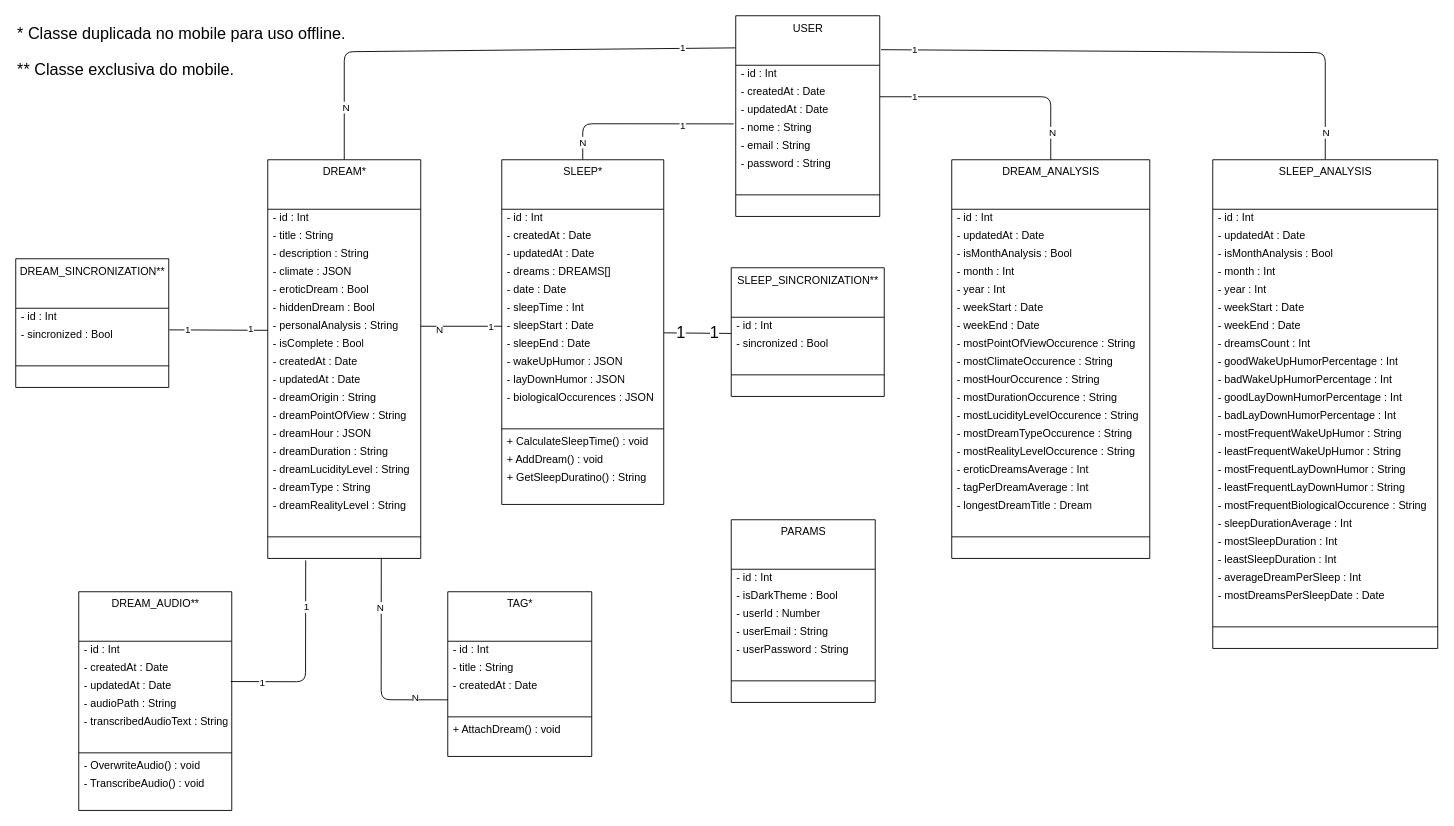
Earlier version of the draw.io diagram docs/diagrama_classe_analise.drawio (raisson-souza/morfeus-backend). Source tidied: cells renumbered, new cells numbered last; positions are measured from the earlier drawing's top-left corner, leaving out a move shared by most shapes. Both pictures are drawn from the tidied source at 90%, with x=0, y=0 at pixel (15, 15).
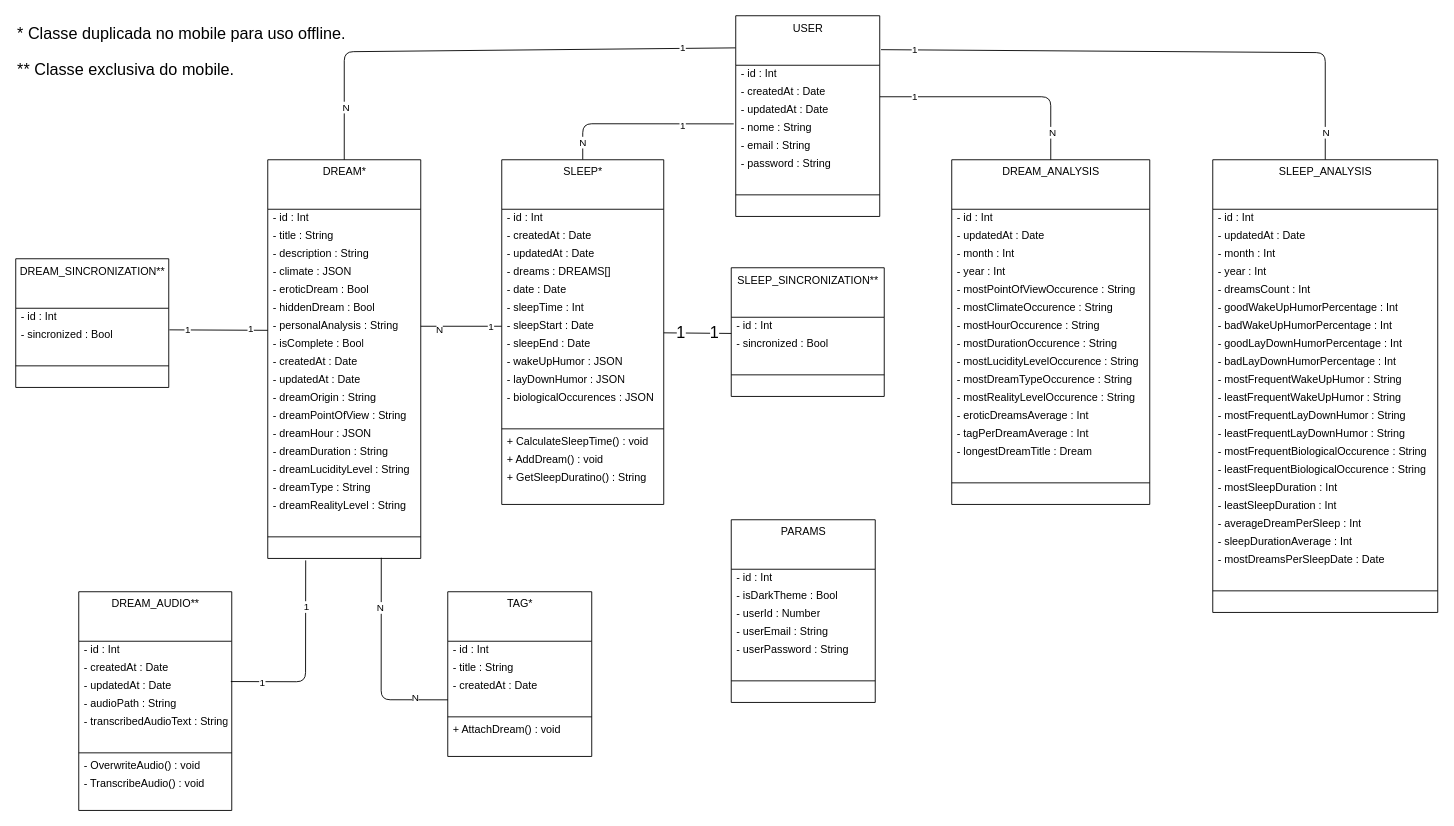
The same page after the edit.

Diff of the diagram source:
```diff
@@
     <mxCell id="87" value="DREAM_ANALYSIS" style="swimlane;fontStyle=0;align=center;verticalAlign=top;horizontal=1;startSize=55;html=1;rounded=0;strokeColor=default;strokeWidth=1;" parent="1" vertex="1">
-      <mxGeometry x="1040" y="160" width="220" height="443" as="geometry" />
+      <mxGeometry x="1040" y="160" width="220" height="383" as="geometry" />
     </mxCell>
@@
-    <mxCell id="90" value="- isMonthAnalysis : Bool" style="text;html=1;strokeColor=none;fillColor=none;align=left;verticalAlign=middle;spacingLeft=4;spacingRight=4;overflow=hidden;rounded=0;strokeWidth=1;" parent="87" vertex="1">
-      <mxGeometry y="95" width="220" height="20" as="geometry" />
-    </mxCell>
     <mxCell id="91" value="- month : Int" style="text;html=1;strokeColor=none;fillColor=none;align=left;verticalAlign=middle;spacingLeft=4;spacingRight=4;overflow=hidden;rounded=0;strokeWidth=1;" parent="87" vertex="1">
-      <mxGeometry y="115" width="220" height="20" as="geometry" />
+      <mxGeometry y="95" width="220" height="20" as="geometry" />
     </mxCell>
     <mxCell id="92" value="- year : Int" style="text;html=1;strokeColor=none;fillColor=none;align=left;verticalAlign=middle;spacingLeft=4;spacingRight=4;overflow=hidden;rounded=0;strokeWidth=1;" parent="87" vertex="1">
-      <mxGeometry y="135" width="220" height="20" as="geometry" />
+      <mxGeometry y="115" width="220" height="20" as="geometry" />
     </mxCell>
-    <mxCell id="93" value="- weekStart : Date" style="text;html=1;strokeColor=none;fillColor=none;align=left;verticalAlign=middle;spacingLeft=4;spacingRight=4;overflow=hidden;rounded=0;strokeWidth=1;" parent="87" vertex="1">
-      <mxGeometry y="155" width="220" height="20" as="geometry" />
-    </mxCell>
-    <mxCell id="94" value="- weekEnd : Date" style="text;html=1;strokeColor=none;fillColor=none;align=left;verticalAlign=middle;spacingLeft=4;spacingRight=4;overflow=hidden;rounded=0;strokeWidth=1;" parent="87" vertex="1">
-      <mxGeometry y="175" width="220" height="20" as="geometry" />
-    </mxCell>
     <mxCell id="95" value="- mostPointOfViewOccurence : String" style="text;html=1;strokeColor=none;fillColor=none;align=left;verticalAlign=middle;spacingLeft=4;spacingRight=4;overflow=hidden;rounded=0;strokeWidth=1;" parent="87" vertex="1">
-      <mxGeometry y="195" width="220" height="20" as="geometry" />
+      <mxGeometry y="135" width="220" height="20" as="geometry" />
     </mxCell>
     <mxCell id="96" value="- mostClimateOccurence : String" style="text;html=1;strokeColor=none;fillColor=none;align=left;verticalAlign=middle;spacingLeft=4;spacingRight=4;overflow=hidden;rounded=0;strokeWidth=1;" parent="87" vertex="1">
-      <mxGeometry y="215" width="220" height="20" as="geometry" />
+      <mxGeometry y="155" width="220" height="20" as="geometry" />
     </mxCell>
     <mxCell id="97" value="- mostHourOccurence : String" style="text;html=1;strokeColor=none;fillColor=none;align=left;verticalAlign=middle;spacingLeft=4;spacingRight=4;overflow=hidden;rounded=0;strokeWidth=1;" parent="87" vertex="1">
-      <mxGeometry y="235" width="220" height="20" as="geometry" />
+      <mxGeometry y="175" width="220" height="20" as="geometry" />
     </mxCell>
     <mxCell id="98" value="- mostDurationOccurence : String" style="text;html=1;strokeColor=none;fillColor=none;align=left;verticalAlign=middle;spacingLeft=4;spacingRight=4;overflow=hidden;rounded=0;strokeWidth=1;" parent="87" vertex="1">
-      <mxGeometry y="255" width="220" height="20" as="geometry" />
+      <mxGeometry y="195" width="220" height="20" as="geometry" />
     </mxCell>
     <mxCell id="99" value="- mostLucidityLevelOccurence : String" style="text;html=1;strokeColor=none;fillColor=none;align=left;verticalAlign=middle;spacingLeft=4;spacingRight=4;overflow=hidden;rounded=0;strokeWidth=1;" parent="87" vertex="1">
-      <mxGeometry y="275" width="220" height="20" as="geometry" />
+      <mxGeometry y="215" width="220" height="20" as="geometry" />
     </mxCell>
     <mxCell id="100" value="- mostDreamTypeOccurence : String" style="text;html=1;strokeColor=none;fillColor=none;align=left;verticalAlign=middle;spacingLeft=4;spacingRight=4;overflow=hidden;rounded=0;strokeWidth=1;" parent="87" vertex="1">
-      <mxGeometry y="295" width="220" height="20" as="geometry" />
+      <mxGeometry y="235" width="220" height="20" as="geometry" />
     </mxCell>
     <mxCell id="101" value="- mostRealityLevelOccurence : String" style="text;html=1;strokeColor=none;fillColor=none;align=left;verticalAlign=middle;spacingLeft=4;spacingRight=4;overflow=hidden;rounded=0;strokeWidth=1;" parent="87" vertex="1">
-      <mxGeometry y="315" width="220" height="20" as="geometry" />
+      <mxGeometry y="255" width="220" height="20" as="geometry" />
     </mxCell>
     <mxCell id="102" value="- eroticDreamsAverage : Int" style="text;html=1;strokeColor=none;fillColor=none;align=left;verticalAlign=middle;spacingLeft=4;spacingRight=4;overflow=hidden;rounded=0;strokeWidth=1;" parent="87" vertex="1">
-      <mxGeometry y="335" width="220" height="20" as="geometry" />
+      <mxGeometry y="275" width="220" height="20" as="geometry" />
     </mxCell>
     <mxCell id="103" value="- tagPerDreamAverage : Int" style="text;html=1;strokeColor=none;fillColor=none;align=left;verticalAlign=middle;spacingLeft=4;spacingRight=4;overflow=hidden;rounded=0;strokeWidth=1;" parent="87" vertex="1">
-      <mxGeometry y="355" width="220" height="20" as="geometry" />
+      <mxGeometry y="295" width="220" height="20" as="geometry" />
     </mxCell>
     <mxCell id="104" value="- longestDreamTitle : Dream" style="text;html=1;strokeColor=none;fillColor=none;align=left;verticalAlign=middle;spacingLeft=4;spacingRight=4;overflow=hidden;rounded=0;strokeWidth=1;" parent="87" vertex="1">
-      <mxGeometry y="375" width="220" height="20" as="geometry" />
+      <mxGeometry y="315" width="220" height="20" as="geometry" />
     </mxCell>
     <mxCell id="105" style="text;html=1;strokeColor=none;fillColor=none;align=left;verticalAlign=middle;spacingLeft=4;spacingRight=4;overflow=hidden;rounded=0;strokeWidth=1;" parent="87" vertex="1">
-      <mxGeometry y="395" width="220" height="20" as="geometry" />
+      <mxGeometry y="335" width="220" height="20" as="geometry" />
     </mxCell>
     <mxCell id="106" style="line;strokeWidth=1;fillColor=none;align=left;verticalAlign=middle;spacingTop=-1;spacingLeft=3;spacingRight=3;labelPosition=right;rounded=0;strokeColor=default;" parent="87" vertex="1">
-      <mxGeometry y="415" width="220" height="8" as="geometry" />
+      <mxGeometry y="355" width="220" height="8" as="geometry" />
     </mxCell>
     <mxCell id="107" style="text;html=1;strokeColor=none;fillColor=none;align=left;verticalAlign=middle;spacingLeft=4;spacingRight=4;overflow=hidden;rounded=0;strokeWidth=1;" parent="87" vertex="1">
-      <mxGeometry y="423" width="220" height="20" as="geometry" />
+      <mxGeometry y="363" width="220" height="20" as="geometry" />
     </mxCell>
@@
     <mxCell id="111" value="SLEEP_ANALYSIS" style="swimlane;fontStyle=0;align=center;verticalAlign=top;horizontal=1;startSize=55;html=1;rounded=0;strokeColor=default;strokeWidth=1;" parent="1" vertex="1">
-      <mxGeometry x="1330" y="160" width="250" height="543" as="geometry" />
+      <mxGeometry x="1330" y="160" width="250" height="503" as="geometry" />
     </mxCell>
@@
-    <mxCell id="114" value="- isMonthAnalysis : Bool" style="text;html=1;strokeColor=none;fillColor=none;align=left;verticalAlign=middle;spacingLeft=4;spacingRight=4;overflow=hidden;rounded=0;strokeWidth=1;" parent="111" vertex="1">
-      <mxGeometry y="95" width="250" height="20" as="geometry" />
-    </mxCell>
     <mxCell id="115" value="- month : Int" style="text;html=1;strokeColor=none;fillColor=none;align=left;verticalAlign=middle;spacingLeft=4;spacingRight=4;overflow=hidden;rounded=0;strokeWidth=1;" parent="111" vertex="1">
-      <mxGeometry y="115" width="250" height="20" as="geometry" />
+      <mxGeometry y="95" width="250" height="20" as="geometry" />
     </mxCell>
     <mxCell id="116" value="- year : Int" style="text;html=1;strokeColor=none;fillColor=none;align=left;verticalAlign=middle;spacingLeft=4;spacingRight=4;overflow=hidden;rounded=0;strokeWidth=1;" parent="111" vertex="1">
-      <mxGeometry y="135" width="250" height="20" as="geometry" />
+      <mxGeometry y="115" width="250" height="20" as="geometry" />
     </mxCell>
-    <mxCell id="117" value="- weekStart : Date" style="text;html=1;strokeColor=none;fillColor=none;align=left;verticalAlign=middle;spacingLeft=4;spacingRight=4;overflow=hidden;rounded=0;strokeWidth=1;" parent="111" vertex="1">
-      <mxGeometry y="155" width="250" height="20" as="geometry" />
-    </mxCell>
-    <mxCell id="118" value="- weekEnd : Date" style="text;html=1;strokeColor=none;fillColor=none;align=left;verticalAlign=middle;spacingLeft=4;spacingRight=4;overflow=hidden;rounded=0;strokeWidth=1;" parent="111" vertex="1">
-      <mxGeometry y="175" width="250" height="20" as="geometry" />
-    </mxCell>
     <mxCell id="119" value="- dreamsCount : Int" style="text;html=1;strokeColor=none;fillColor=none;align=left;verticalAlign=middle;spacingLeft=4;spacingRight=4;overflow=hidden;rounded=0;strokeWidth=1;" parent="111" vertex="1">
-      <mxGeometry y="195" width="250" height="20" as="geometry" />
+      <mxGeometry y="135" width="250" height="20" as="geometry" />
     </mxCell>
     <mxCell id="120" value="- goodWakeUpHumorPercentage : Int" style="text;html=1;strokeColor=none;fillColor=none;align=left;verticalAlign=middle;spacingLeft=4;spacingRight=4;overflow=hidden;rounded=0;strokeWidth=1;" parent="111" vertex="1">
-      <mxGeometry y="215" width="250" height="20" as="geometry" />
+      <mxGeometry y="155" width="250" height="20" as="geometry" />
     </mxCell>
     <mxCell id="121" value="- badWakeUpHumorPercentage : Int" style="text;html=1;strokeColor=none;fillColor=none;align=left;verticalAlign=middle;spacingLeft=4;spacingRight=4;overflow=hidden;rounded=0;strokeWidth=1;" parent="111" vertex="1">
-      <mxGeometry y="235" width="250" height="20" as="geometry" />
+      <mxGeometry y="175" width="250" height="20" as="geometry" />
     </mxCell>
     <mxCell id="122" value="- goodLayDownHumorPercentage : Int" style="text;html=1;strokeColor=none;fillColor=none;align=left;verticalAlign=middle;spacingLeft=4;spacingRight=4;overflow=hidden;rounded=0;strokeWidth=1;" parent="111" vertex="1">
-      <mxGeometry y="255" width="250" height="20" as="geometry" />
+      <mxGeometry y="195" width="250" height="20" as="geometry" />
     </mxCell>
     <mxCell id="123" value="- badLayDownHumorPercentage : Int" style="text;html=1;strokeColor=none;fillColor=none;align=left;verticalAlign=middle;spacingLeft=4;spacingRight=4;overflow=hidden;rounded=0;strokeWidth=1;" parent="111" vertex="1">
-      <mxGeometry y="275" width="250" height="20" as="geometry" />
+      <mxGeometry y="215" width="250" height="20" as="geometry" />
     </mxCell>
     <mxCell id="124" value="- mostFrequentWakeUpHumor : String" style="text;html=1;strokeColor=none;fillColor=none;align=left;verticalAlign=middle;spacingLeft=4;spacingRight=4;overflow=hidden;rounded=0;strokeWidth=1;" parent="111" vertex="1">
-      <mxGeometry y="295" width="250" height="20" as="geometry" />
+      <mxGeometry y="235" width="250" height="20" as="geometry" />
     </mxCell>
     <mxCell id="125" value="- leastFrequentWakeUpHumor : String" style="text;html=1;strokeColor=none;fillColor=none;align=left;verticalAlign=middle;spacingLeft=4;spacingRight=4;overflow=hidden;rounded=0;strokeWidth=1;" parent="111" vertex="1">
-      <mxGeometry y="315" width="250" height="20" as="geometry" />
+      <mxGeometry y="255" width="250" height="20" as="geometry" />
     </mxCell>
     <mxCell id="126" value="- mostFrequentLayDownHumor : String" style="text;html=1;strokeColor=none;fillColor=none;align=left;verticalAlign=middle;spacingLeft=4;spacingRight=4;overflow=hidden;rounded=0;strokeWidth=1;" parent="111" vertex="1">
-      <mxGeometry y="335" width="250" height="20" as="geometry" />
+      <mxGeometry y="275" width="250" height="20" as="geometry" />
     </mxCell>
     <mxCell id="127" value="- leastFrequentLayDownHumor : String" style="text;html=1;strokeColor=none;fillColor=none;align=left;verticalAlign=middle;spacingLeft=4;spacingRight=4;overflow=hidden;rounded=0;strokeWidth=1;" parent="111" vertex="1">
-      <mxGeometry y="355" width="250" height="20" as="geometry" />
+      <mxGeometry y="295" width="250" height="20" as="geometry" />
     </mxCell>
     <mxCell id="128" value="- mostFrequentBiologicalOccurence : String" style="text;html=1;strokeColor=none;fillColor=none;align=left;verticalAlign=middle;spacingLeft=4;spacingRight=4;overflow=hidden;rounded=0;strokeWidth=1;" parent="111" vertex="1">
-      <mxGeometry y="375" width="250" height="20" as="geometry" />
+      <mxGeometry y="315" width="250" height="20" as="geometry" />
     </mxCell>
-    <mxCell id="129" value="- sleepDurationAverage : Int" style="text;html=1;strokeColor=none;fillColor=none;align=left;verticalAlign=middle;spacingLeft=4;spacingRight=4;overflow=hidden;rounded=0;strokeWidth=1;" parent="111" vertex="1">
-      <mxGeometry y="395" width="250" height="20" as="geometry" />
-    </mxCell>
+    <mxCell id="166" value="- leastFrequentBiologicalOccurence : String" style="text;html=1;strokeColor=none;fillColor=none;align=left;verticalAlign=middle;spacingLeft=4;spacingRight=4;overflow=hidden;rounded=0;strokeWidth=1;" parent="111" vertex="1">
+      <mxGeometry y="335" width="250" height="20" as="geometry" />
+    </mxCell>
     <mxCell id="130" value="- mostSleepDuration : Int" style="text;html=1;strokeColor=none;fillColor=none;align=left;verticalAlign=middle;spacingLeft=4;spacingRight=4;overflow=hidden;rounded=0;strokeWidth=1;" parent="111" vertex="1">
-      <mxGeometry y="415" width="250" height="20" as="geometry" />
+      <mxGeometry y="355" width="250" height="20" as="geometry" />
     </mxCell>
     <mxCell id="131" value="- leastSleepDuration : Int" style="text;html=1;strokeColor=none;fillColor=none;align=left;verticalAlign=middle;spacingLeft=4;spacingRight=4;overflow=hidden;rounded=0;strokeWidth=1;" parent="111" vertex="1">
-      <mxGeometry y="435" width="250" height="20" as="geometry" />
+      <mxGeometry y="375" width="250" height="20" as="geometry" />
     </mxCell>
     <mxCell id="132" value="- averageDreamPerSleep : Int" style="text;html=1;strokeColor=none;fillColor=none;align=left;verticalAlign=middle;spacingLeft=4;spacingRight=4;overflow=hidden;rounded=0;strokeWidth=1;" parent="111" vertex="1">
-      <mxGeometry y="455" width="250" height="20" as="geometry" />
+      <mxGeometry y="395" width="250" height="20" as="geometry" />
     </mxCell>
+    <mxCell id="129" value="- sleepDurationAverage : Int" style="text;html=1;strokeColor=none;fillColor=none;align=left;verticalAlign=middle;spacingLeft=4;spacingRight=4;overflow=hidden;rounded=0;strokeWidth=1;" parent="111" vertex="1">
+      <mxGeometry y="415" width="250" height="20" as="geometry" />
+    </mxCell>
     <mxCell id="133" value="- mostDreamsPerSleepDate : Date" style="text;html=1;strokeColor=none;fillColor=none;align=left;verticalAlign=middle;spacingLeft=4;spacingRight=4;overflow=hidden;rounded=0;strokeWidth=1;" parent="111" vertex="1">
-      <mxGeometry y="475" width="250" height="20" as="geometry" />
+      <mxGeometry y="435" width="250" height="20" as="geometry" />
     </mxCell>
     <mxCell id="134" style="text;html=1;strokeColor=none;fillColor=none;align=left;verticalAlign=middle;spacingLeft=4;spacingRight=4;overflow=hidden;rounded=0;strokeWidth=1;" parent="111" vertex="1">
-      <mxGeometry y="495" width="250" height="20" as="geometry" />
+      <mxGeometry y="455" width="250" height="20" as="geometry" />
     </mxCell>
     <mxCell id="135" style="line;strokeWidth=1;fillColor=none;align=left;verticalAlign=middle;spacingTop=-1;spacingLeft=3;spacingRight=3;labelPosition=right;rounded=0;strokeColor=default;" parent="111" vertex="1">
-      <mxGeometry y="515" width="250" height="8" as="geometry" />
+      <mxGeometry y="475" width="250" height="8" as="geometry" />
     </mxCell>
     <mxCell id="136" style="text;html=1;strokeColor=none;fillColor=none;align=left;verticalAlign=middle;spacingLeft=4;spacingRight=4;overflow=hidden;rounded=0;strokeWidth=1;" parent="111" vertex="1">
-      <mxGeometry y="523" width="250" height="20" as="geometry" />
+      <mxGeometry y="483" width="250" height="20" as="geometry" />
     </mxCell>
```
